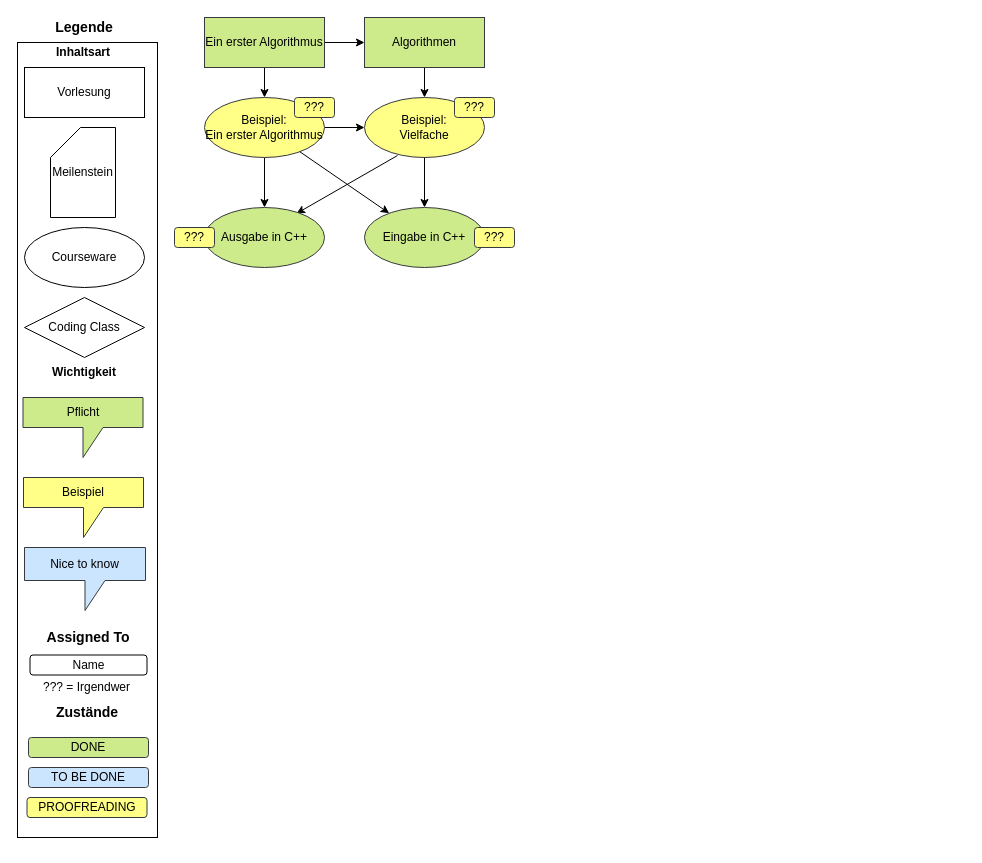
This is AuD Inhalt.drawio from mbrinkmeier/AudInhalt, a draw.io file, before an edit. Source tidied: cells renumbered, new cells numbered last; positions are measured from the earlier drawing's top-left corner, leaving out a move shared by most shapes. Both pictures are drawn from the tidied source at 100%, with x=0, y=0 at pixel (17, 17).
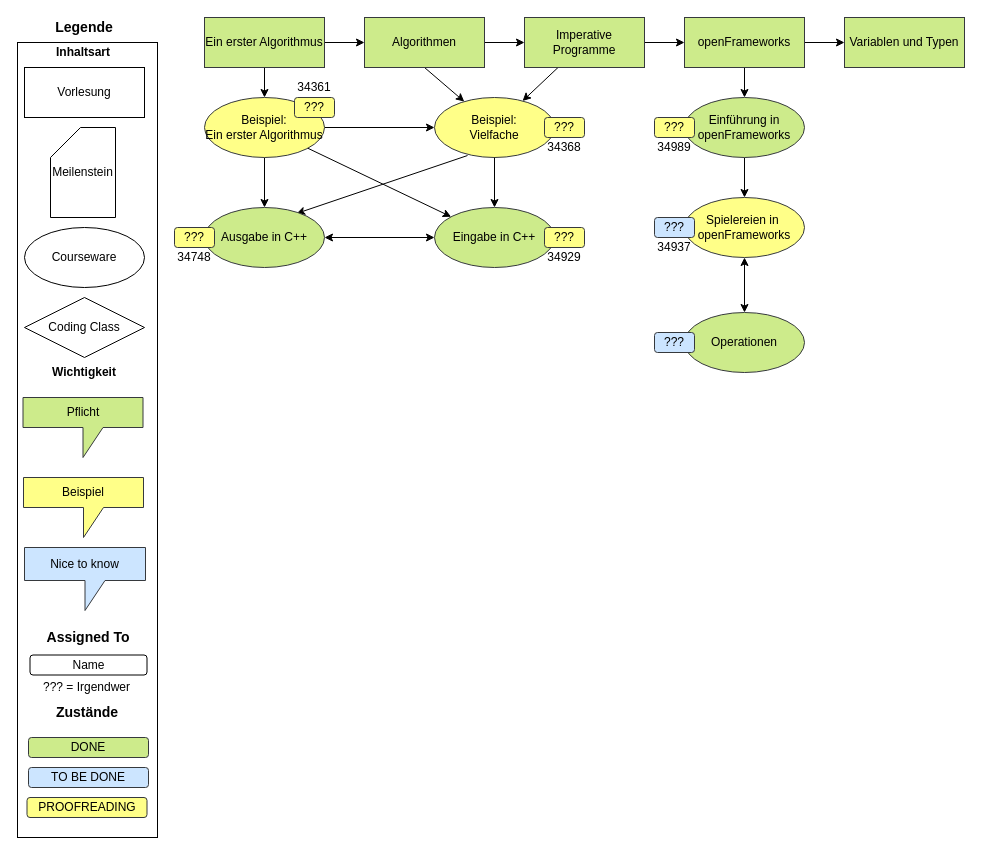
The same page after the edit.

The change refers to these unchanged cells:
```xml
<mxCell id="19" value="Algorithmen" style="rounded=0;whiteSpace=wrap;html=1;fillColor=#cdeb8b;strokeColor=#36393d;" parent="1" vertex="1">
  <mxGeometry x="347" width="120" height="50" as="geometry" />
</mxCell>
<mxCell id="20" value="Ausgabe in C++" style="ellipse;whiteSpace=wrap;html=1;fillColor=#cdeb8b;strokeColor=#36393d;" parent="1" vertex="1">
  <mxGeometry x="187" y="190" width="120" height="60" as="geometry" />
</mxCell>
```

Change to the diagram source:
```diff
@@
     <mxCell id="5" value="Beispiel:&lt;br&gt;Vielfache" style="ellipse;whiteSpace=wrap;html=1;fillColor=#ffff88;strokeColor=#36393d;" parent="1" vertex="1">
-      <mxGeometry x="347" y="80" width="120" height="60" as="geometry" />
+      <mxGeometry x="417" y="80" width="120" height="60" as="geometry" />
     </mxCell>
@@
-    <mxCell id="18" style="edgeStyle=none;rounded=0;jettySize=auto;html=1;exitX=0.5;exitY=1;exitDx=0;exitDy=0;entryX=0.5;entryY=0;entryDx=0;entryDy=0;" parent="1" edge="1" source="19" target="5">
+    <mxCell id="18" style="edgeStyle=none;rounded=0;jettySize=auto;html=1;exitX=0.5;exitY=1;exitDx=0;exitDy=0;" parent="1" edge="1" source="19" target="5">
       <mxGeometry relative="1" as="geometry" />
     </mxCell>
+    <mxCell id="41" style="edgeStyle=none;rounded=0;jettySize=auto;html=1;" parent="1" edge="1" source="19" target="45">
+      <mxGeometry relative="1" as="geometry" />
+    </mxCell>
@@
+    <mxCell id="42" style="edgeStyle=none;rounded=0;jettySize=auto;html=1;startArrow=classic;startFill=1;" parent="1" edge="1" source="20" target="31">
+      <mxGeometry relative="1" as="geometry" />
+    </mxCell>
@@
     <mxCell id="31" value="Eingabe in C++" style="ellipse;whiteSpace=wrap;html=1;fillColor=#cdeb8b;strokeColor=#36393d;" parent="1" vertex="1">
-      <mxGeometry x="347" y="190" width="120" height="60" as="geometry" />
+      <mxGeometry x="417" y="190" width="120" height="60" as="geometry" />
     </mxCell>
@@
+    <mxCell id="43" style="edgeStyle=none;rounded=0;jettySize=auto;html=1;" parent="1" edge="1" source="45" target="5">
+      <mxGeometry relative="1" as="geometry" />
+    </mxCell>
+    <mxCell id="44" style="edgeStyle=none;rounded=0;jettySize=auto;html=1;" parent="1" edge="1" source="45" target="48">
+      <mxGeometry relative="1" as="geometry" />
+    </mxCell>
+    <mxCell id="45" value="Imperative Programme" style="rounded=0;whiteSpace=wrap;html=1;fillColor=#cdeb8b;strokeColor=#36393d;" parent="1" vertex="1">
+      <mxGeometry x="507" width="120" height="50" as="geometry" />
+    </mxCell>
+    <mxCell id="46" style="edgeStyle=none;rounded=0;jettySize=auto;html=1;" parent="1" edge="1" source="48" target="50">
+      <mxGeometry relative="1" as="geometry" />
+    </mxCell>
+    <mxCell id="47" style="edgeStyle=none;rounded=0;jettySize=auto;html=1;" parent="1" edge="1" source="48" target="53">
+      <mxGeometry relative="1" as="geometry" />
+    </mxCell>
+    <mxCell id="48" value="openFrameworks" style="rounded=0;whiteSpace=wrap;html=1;fillColor=#cdeb8b;strokeColor=#36393d;" parent="1" vertex="1">
+      <mxGeometry x="667" width="120" height="50" as="geometry" />
+    </mxCell>
+    <mxCell id="49" style="edgeStyle=none;rounded=0;jettySize=auto;html=1;" parent="1" edge="1" source="50" target="55">
+      <mxGeometry relative="1" as="geometry" />
+    </mxCell>
+    <mxCell id="50" value="Einführung in openFrameworks" style="ellipse;whiteSpace=wrap;html=1;fillColor=#cdeb8b;strokeColor=#36393d;" parent="1" vertex="1">
+      <mxGeometry x="667" y="80" width="120" height="60" as="geometry" />
+    </mxCell>
+    <mxCell id="51" style="edgeStyle=none;rounded=0;jettySize=auto;html=1;startArrow=classic;startFill=1;" parent="1" edge="1" source="52" target="55">
+      <mxGeometry relative="1" as="geometry" />
+    </mxCell>
+    <mxCell id="52" value="Operationen" style="ellipse;whiteSpace=wrap;html=1;fillColor=#cdeb8b;strokeColor=#36393d;" parent="1" vertex="1">
+      <mxGeometry x="667" y="295" width="120" height="60" as="geometry" />
+    </mxCell>
+    <mxCell id="53" value="Variablen und Typen" style="rounded=0;whiteSpace=wrap;html=1;fillColor=#cdeb8b;strokeColor=#36393d;" parent="1" vertex="1">
+      <mxGeometry x="827" width="120" height="50" as="geometry" />
+    </mxCell>
@@
     <mxCell id="37" value="&lt;div&gt;???&lt;/div&gt;" style="rounded=1;whiteSpace=wrap;html=1;fillColor=#ffff88;strokeColor=#36393d;" parent="36" vertex="1">
-      <mxGeometry x="437" y="80" width="40" height="20" as="geometry" />
+      <mxGeometry x="527" y="100" width="40" height="20" as="geometry" />
     </mxCell>
@@
     <mxCell id="40" value="???" style="rounded=1;whiteSpace=wrap;html=1;fillColor=#ffff88;strokeColor=#36393d;" parent="36" vertex="1">
-      <mxGeometry x="457" y="210" width="40" height="20" as="geometry" />
+      <mxGeometry x="527" y="210" width="40" height="20" as="geometry" />
     </mxCell>
+    <mxCell id="54" value="???" style="rounded=1;whiteSpace=wrap;html=1;fillColor=#ffff88;strokeColor=#36393d;" parent="36" vertex="1">
+      <mxGeometry x="637" y="100" width="40" height="20" as="geometry" />
+    </mxCell>
+    <mxCell id="55" value="Spielereien in&amp;nbsp; openFrameworks" style="ellipse;whiteSpace=wrap;html=1;fillColor=#ffff88;strokeColor=#36393d;" parent="36" vertex="1">
+      <mxGeometry x="667" y="180" width="120" height="60" as="geometry" />
+    </mxCell>
+    <mxCell id="56" value="???" style="rounded=1;whiteSpace=wrap;html=1;fillColor=#cce5ff;strokeColor=#36393d;" parent="36" vertex="1">
+      <mxGeometry x="637" y="200" width="40" height="20" as="geometry" />
+    </mxCell>
+    <mxCell id="57" value="???" style="rounded=1;whiteSpace=wrap;html=1;fillColor=#cce5ff;strokeColor=#36393d;" parent="36" vertex="1">
+      <mxGeometry x="637" y="315" width="40" height="20" as="geometry" />
+    </mxCell>
+    <mxCell id="58" parent="0" />
+    <mxCell id="59" value="34361" style="text;html=1;strokeColor=none;fillColor=none;align=center;verticalAlign=middle;whiteSpace=wrap;rounded=0;" parent="58" vertex="1">
+      <mxGeometry x="277" y="60" width="40" height="20" as="geometry" />
+    </mxCell>
+    <mxCell id="60" value="34748" style="text;html=1;strokeColor=none;fillColor=none;align=center;verticalAlign=middle;whiteSpace=wrap;rounded=0;" parent="58" vertex="1">
+      <mxGeometry x="157" y="230" width="40" height="20" as="geometry" />
+    </mxCell>
+    <mxCell id="61" value="34368" style="text;html=1;strokeColor=none;fillColor=none;align=center;verticalAlign=middle;whiteSpace=wrap;rounded=0;" parent="58" vertex="1">
+      <mxGeometry x="527" y="120" width="40" height="20" as="geometry" />
+    </mxCell>
+    <mxCell id="62" value="34929" style="text;html=1;strokeColor=none;fillColor=none;align=center;verticalAlign=middle;whiteSpace=wrap;rounded=0;" parent="58" vertex="1">
+      <mxGeometry x="527" y="230" width="40" height="20" as="geometry" />
+    </mxCell>
+    <mxCell id="63" value="34989" style="text;html=1;strokeColor=none;fillColor=none;align=center;verticalAlign=middle;whiteSpace=wrap;rounded=0;" parent="58" vertex="1">
+      <mxGeometry x="637" y="120" width="40" height="20" as="geometry" />
+    </mxCell>
+    <mxCell id="64" value="34937" style="text;html=1;strokeColor=none;fillColor=none;align=center;verticalAlign=middle;whiteSpace=wrap;rounded=0;" parent="58" vertex="1">
+      <mxGeometry x="637" y="220" width="40" height="20" as="geometry" />
+    </mxCell>
+    <mxCell id="65" style="edgeStyle=none;rounded=0;orthogonalLoop=1;jettySize=auto;html=1;exitX=0.5;exitY=1;exitDx=0;exitDy=0;" parent="58" edge="1" source="64" target="64">
+      <mxGeometry relative="1" as="geometry" />
+    </mxCell>
```
